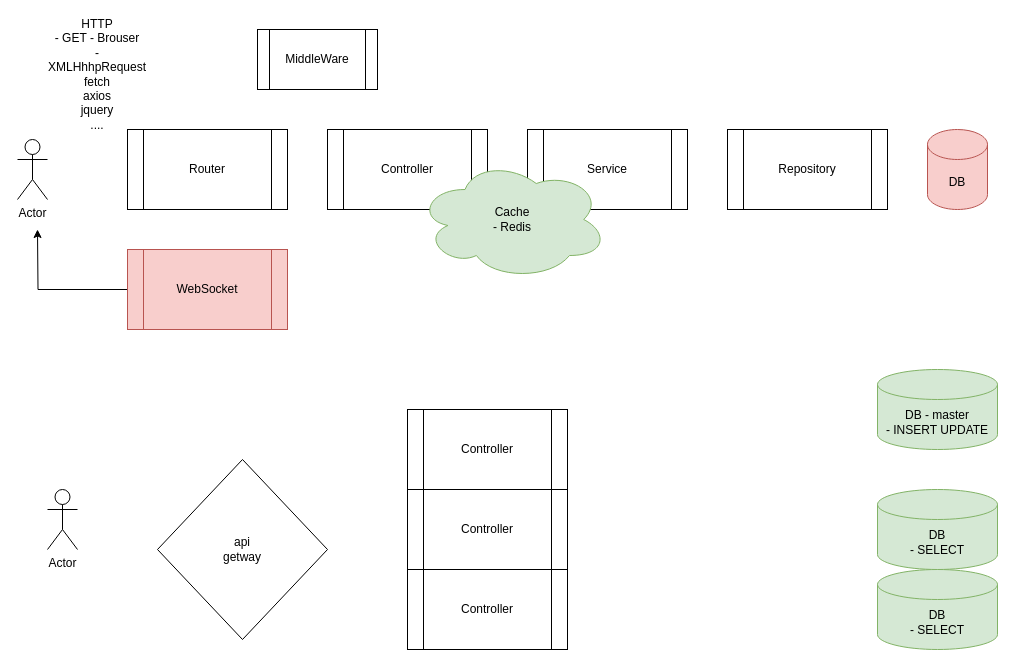
Above: Diagrams/Cloud.drawio in Dosdafter1/webDz1 (draw.io), before the change. Source tidied: cells renumbered, new cells numbered last; positions are measured from the earlier drawing's top-left corner, leaving out a move shared by most shapes. Both pictures are drawn from the tidied source at 100%, with x=0, y=0 at pixel (17, 29).
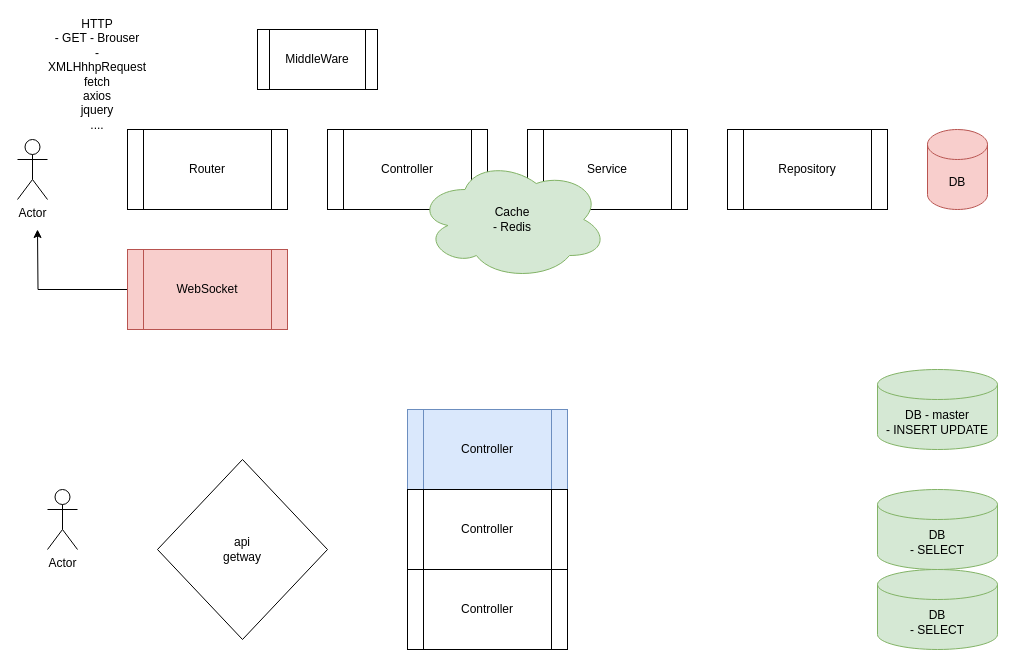
After the change.

The edit, as a diff of the source:
```diff
@@
-    <mxCell id="14" value="Controller" style="shape=process;whiteSpace=wrap;html=1;backgroundOutline=1;" parent="1" vertex="1">
+    <mxCell id="14" value="Controller" style="shape=process;whiteSpace=wrap;html=1;backgroundOutline=1;fillColor=#dae8fc;strokeColor=#6c8ebf;" parent="1" vertex="1">
       <mxGeometry x="390" y="380" width="160" height="80" as="geometry" />
     </mxCell>
```
